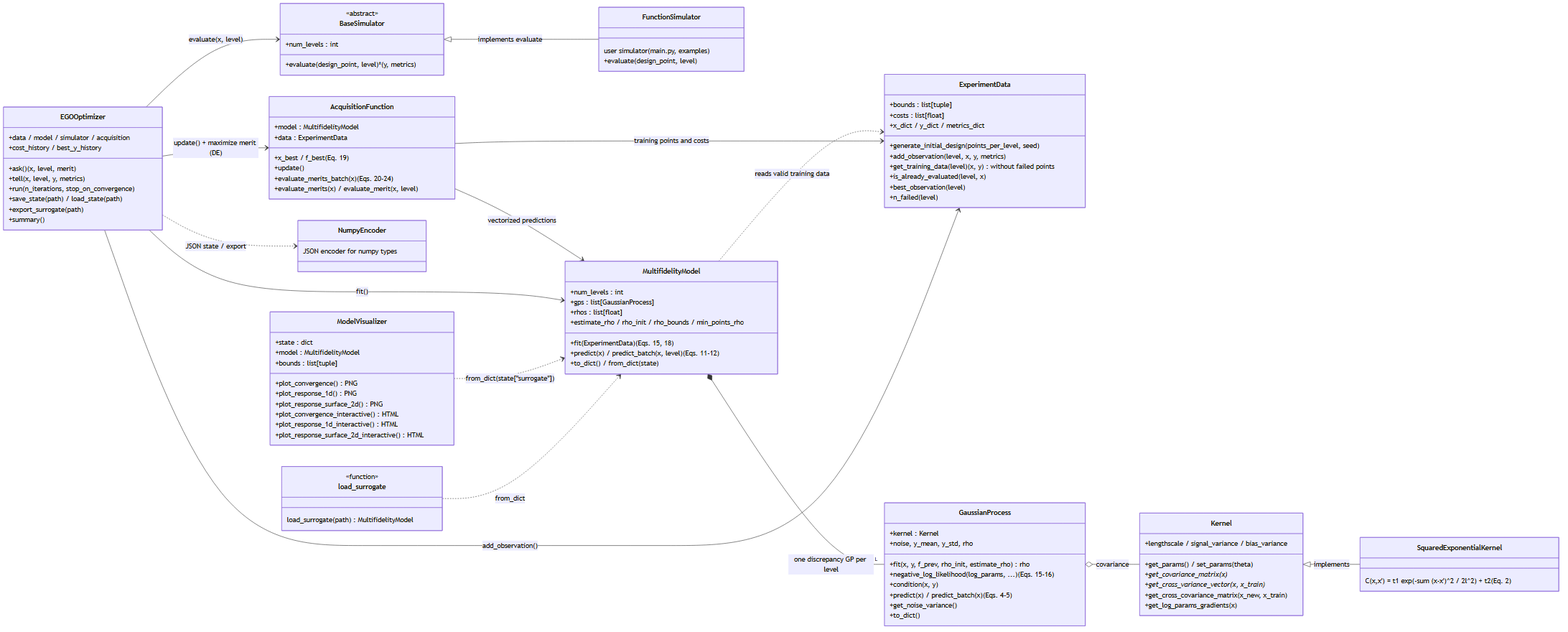
adricoz/Multifidelity-GP keeps this Mermaid diagram as charts/mfego_structure.png. Above is the earlier version. Its source is kept beside it as charts/mfego_structure.mmd.
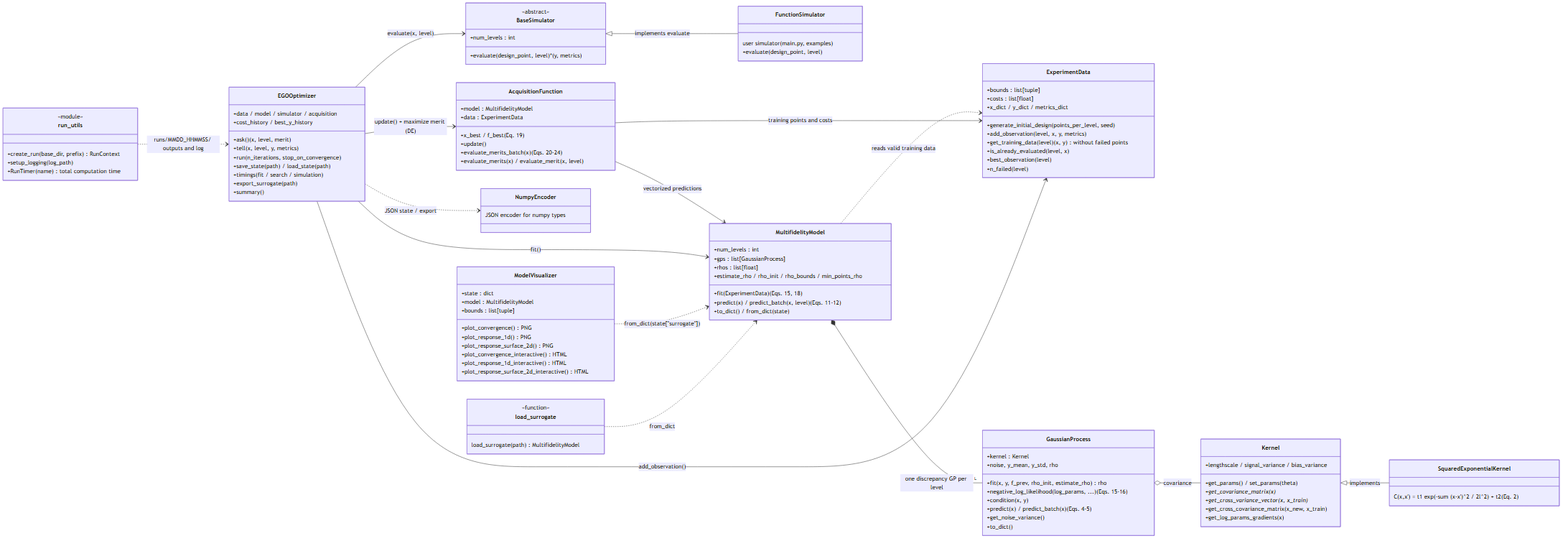
The same diagram one commit later.

What changed in the source:
```diff
@@ -74,8 +74,16 @@
         +tell(x, level, y, metrics)
         +run(n_iterations, stop_on_convergence)
         +save_state(path) / load_state(path)
+        +timings (fit / search / simulation)
         +export_surrogate(path)
         +summary()
+    }
+
+    class run_utils {
+        <<module>>
+        +create_run(base_dir, prefix) RunContext
+        +setup_logging(log_path)
+        +RunTimer(name) total computation time
     }
 
     class NumpyEncoder {
@@ -113,3 +121,4 @@
     EGOOptimizer ..> NumpyEncoder : JSON state / export
     ModelVisualizer ..> MultifidelityModel : from_dict(state["surrogate"])
     load_surrogate ..> MultifidelityModel : from_dict
+    run_utils ..> EGOOptimizer : runs/MMDD_HHMMSS/ outputs and log
```
